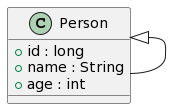
iluwatar/java-design-patterns keeps this PlantUML diagram as identity-field/etc/identity-field.urm.png. Above is the earlier version.
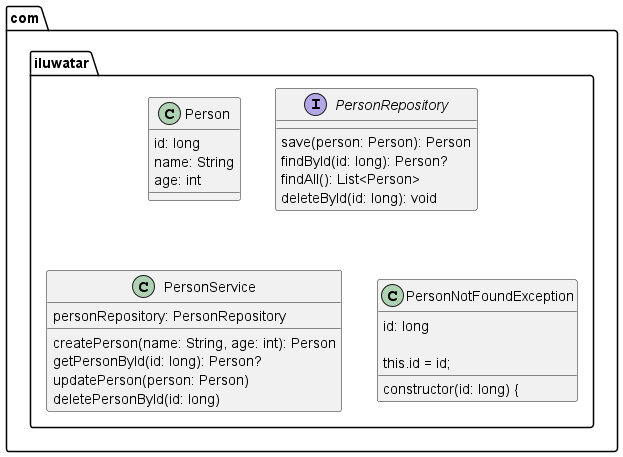
Above is the later version.

Commit message:
#1298 Added the resources for Identity Field Design Pattern(new PR attempting to fix previous build fail)

The edit, as a diff of the source:
```diff
@@ -1,9 +1,36 @@
 @startuml
-class Person {
-    + id : long
-    + name : String
-    + age : int
+
+package com.iluwatar {
+
+  class Person {
+    id: long
+    name: String
+    age: int
+  }
+
+  interface PersonRepository {
+    save(person: Person): Person
+    findById(id: long): Person?
+    findAll(): List<Person>
+    deleteById(id: long): void
+  }
+
+  class PersonService {
+    personRepository: PersonRepository
+
+    createPerson(name: String, age: int): Person
+    getPersonById(id: long): Person?
+    updatePerson(person: Person)
+    deletePersonById(id: long)
+  }
+
+  class PersonNotFoundException {
+    id: long
+
+    constructor(id: long) {
+      this.id = id;
+    }
+  }
 }
 
-Person <|-- Person
 @enduml
```
